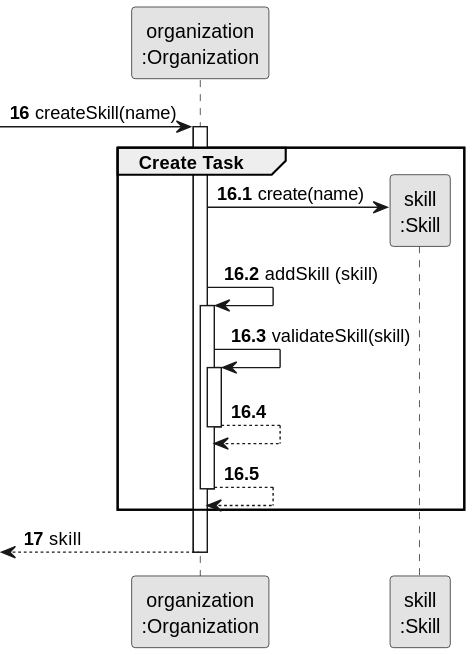
The PlantUML diagram docs/sprint2/us001/03.design/svg/us001-sequence-diagram-partial-create-skill.svg in tiagosoa/lei-24-s2-1dgh-g073, before a commit. Source of this version:
```plantuml
@startuml
skinparam monochrome true
skinparam packageStyle rectangle
skinparam shadowing false

participant "organization\n:Organization" as ORG
participant "skill\n:Skill" as TAREFA

autonumber 16
-> ORG: createSkill(name)

autonumber 16.1
activate ORG
    group Create Task

        ORG -> TAREFA**: create(name)
        ORG -> ORG: addSkill (skill)

        activate ORG
            ORG -> ORG: validateSkill(skill)
            activate ORG
                ORG --> ORG
            deactivate ORG

            ORG --> ORG
        deactivate ORG
    end

    autonumber 17
    <-- ORG : skill
deactivate ORG
@enduml
```
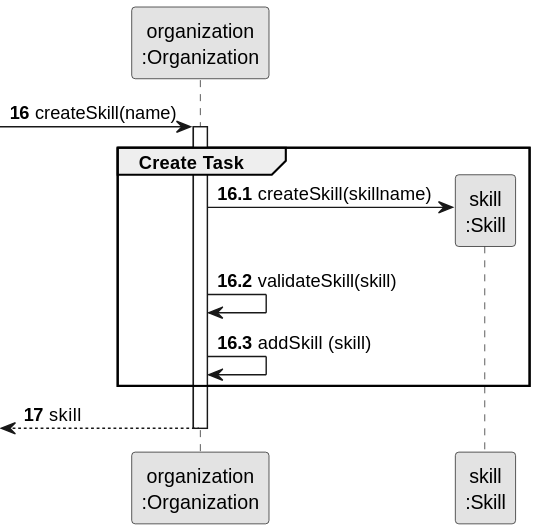
Above is the later version.

The edit, as a diff of the source:
```diff
@@ -13,17 +13,13 @@
 activate ORG
     group Create Task
 
-        ORG -> TAREFA**: create(name)
+        ORG -> TAREFA**: createSkill(skillname)
+        ORG -> ORG: validateSkill(skill)
         ORG -> ORG: addSkill (skill)
 
-        activate ORG
-            ORG -> ORG: validateSkill(skill)
-            activate ORG
-                ORG --> ORG
-            deactivate ORG
 
-            ORG --> ORG
-        deactivate ORG
+
+
     end
 
     autonumber 17
```
